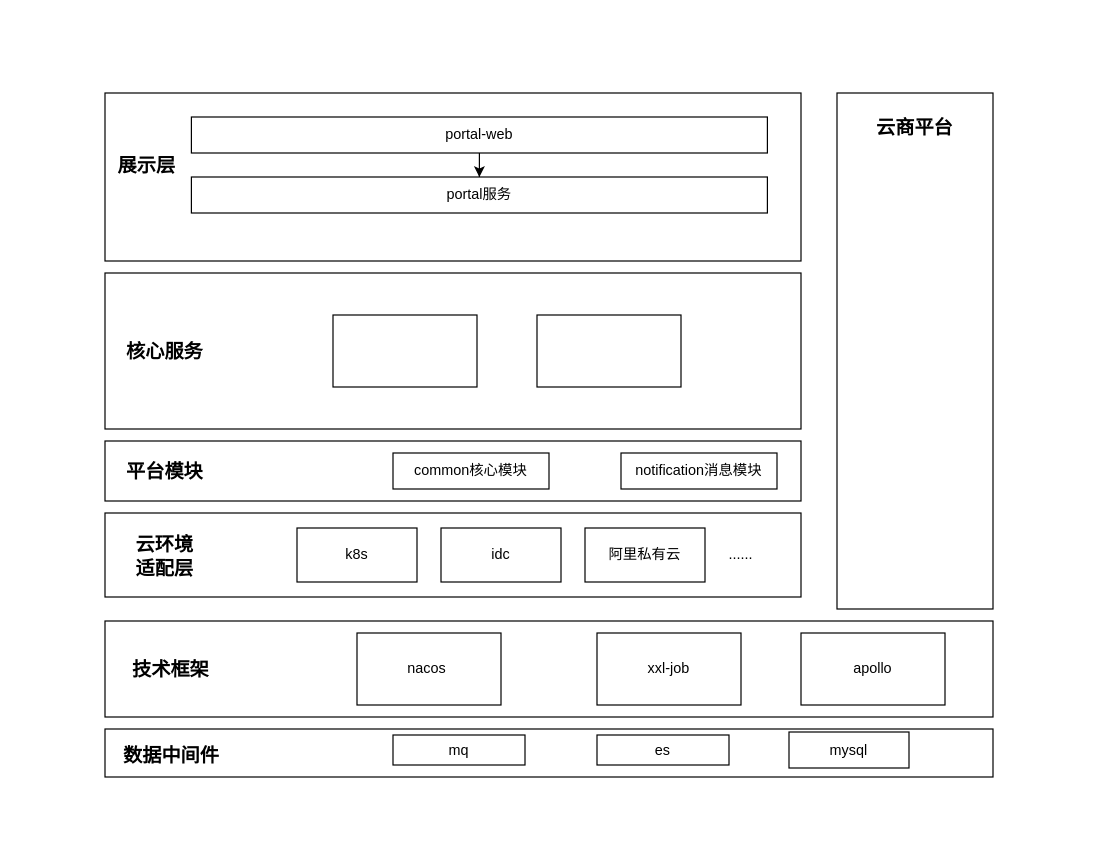
Earlier version of the draw.io diagram 未命名绘图.drawio (scrollsyou/doc). Source tidied: cells renumbered, new cells numbered last; positions are measured from the earlier drawing's top-left corner, leaving out a move shared by most shapes. Both pictures are drawn from the tidied source at 120%, with x=0, y=0 at pixel (104, 92). Pictures stored in the file or linked from it are replaced by grey dashed boxes.
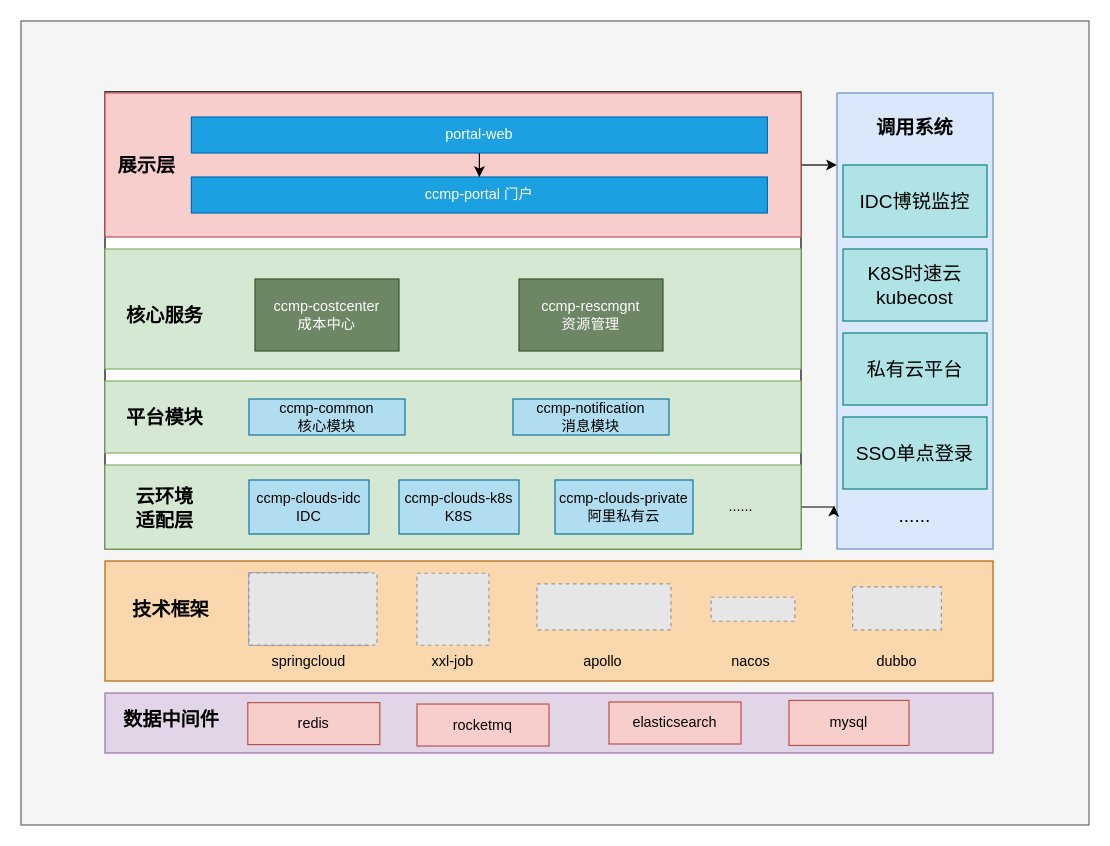
Above is the later version.

Commit message:
更新未命名绘图.drawio

What changed in the source:
```diff
@@
+    <mxCell id="33" style="rounded=0;whiteSpace=wrap;html=1;fontSize=16;fillColor=#f5f5f5;fontColor=#333333;strokeColor=#666666;" parent="1" vertex="1">
+      <mxGeometry x="-70" y="-60" width="890" height="670" as="geometry" />
+    </mxCell>
+    <mxCell id="34" style="rounded=0;whiteSpace=wrap;html=1;fontSize=16;" parent="1" vertex="1">
+      <mxGeometry y="-1" width="580" height="381" as="geometry" />
+    </mxCell>
+    <mxCell id="35" style="edgeStyle=orthogonalEdgeStyle;rounded=0;jettySize=auto;html=1;exitX=1;exitY=0.5;exitDx=0;exitDy=0;entryX=0;entryY=0.159;entryDx=0;entryDy=0;entryPerimeter=0;fontSize=16;" parent="1" edge="1" source="2" target="5">
+      <mxGeometry relative="1" as="geometry" />
+    </mxCell>
-    <mxCell id="2" style="rounded=0;whiteSpace=wrap;html=1;" parent="1" vertex="1">
-      <mxGeometry width="580" height="140" as="geometry" />
+    <mxCell id="2" style="rounded=0;whiteSpace=wrap;html=1;fillColor=#f8cecc;strokeColor=#b85450;" parent="1" vertex="1">
+      <mxGeometry width="580" height="120" as="geometry" />
     </mxCell>
-    <mxCell id="3" style="rounded=0;whiteSpace=wrap;html=1;" parent="1" vertex="1">
-      <mxGeometry y="150" width="580" height="130" as="geometry" />
+    <mxCell id="3" style="rounded=0;whiteSpace=wrap;html=1;fillColor=#d5e8d4;strokeColor=#82b366;" parent="1" vertex="1">
+      <mxGeometry y="130" width="580" height="100" as="geometry" />
     </mxCell>
-    <mxCell id="4" style="rounded=0;whiteSpace=wrap;html=1;" parent="1" vertex="1">
-      <mxGeometry y="290" width="580" height="50" as="geometry" />
+    <mxCell id="4" style="rounded=0;whiteSpace=wrap;html=1;fillColor=#d5e8d4;strokeColor=#82b366;" parent="1" vertex="1">
+      <mxGeometry y="240" width="580" height="60" as="geometry" />
     </mxCell>
-    <mxCell id="5" style="rounded=0;whiteSpace=wrap;html=1;" parent="1" vertex="1">
-      <mxGeometry x="610" width="130" height="430" as="geometry" />
+    <mxCell id="5" style="rounded=0;whiteSpace=wrap;html=1;fillColor=#dae8fc;strokeColor=#6c8ebf;" parent="1" vertex="1">
+      <mxGeometry x="610" width="130" height="380" as="geometry" />
     </mxCell>
-    <mxCell id="6" style="rounded=0;whiteSpace=wrap;html=1;" parent="1" vertex="1">
-      <mxGeometry y="440" width="740" height="80" as="geometry" />
+    <mxCell id="6" style="rounded=0;whiteSpace=wrap;html=1;fillColor=#fad7ac;strokeColor=#b46504;" parent="1" vertex="1">
+      <mxGeometry y="390" width="740" height="100" as="geometry" />
     </mxCell>
@@
-    <mxCell id="9" value="portal-web" style="rounded=0;whiteSpace=wrap;html=1;" parent="1" vertex="1">
+    <mxCell id="9" value="portal-web" style="rounded=0;whiteSpace=wrap;html=1;fillColor=#1ba1e2;fontColor=#ffffff;strokeColor=#006EAF;" parent="1" vertex="1">
       <mxGeometry x="72" y="20" width="480" height="30" as="geometry" />
     </mxCell>
-    <mxCell id="10" value="portal服务" style="rounded=0;whiteSpace=wrap;html=1;" parent="1" vertex="1">
+    <mxCell id="10" value="ccmp-portal 门户" style="rounded=0;whiteSpace=wrap;html=1;fillColor=#1ba1e2;fontColor=#ffffff;strokeColor=#006EAF;" parent="1" vertex="1">
       <mxGeometry x="72" y="70" width="480" height="30" as="geometry" />
     </mxCell>
-    <mxCell id="11" value="common核心模块" style="rounded=0;whiteSpace=wrap;html=1;" parent="1" vertex="1">
-      <mxGeometry x="240" y="300" width="130" height="30" as="geometry" />
+    <mxCell id="11" value="ccmp-common&lt;br&gt;核心模块" style="rounded=0;whiteSpace=wrap;html=1;fillColor=#b1ddf0;strokeColor=#10739e;" parent="1" vertex="1">
+      <mxGeometry x="120" y="255" width="130" height="30" as="geometry" />
     </mxCell>
-    <mxCell id="12" value="notification消息模块" style="rounded=0;whiteSpace=wrap;html=1;" parent="1" vertex="1">
-      <mxGeometry x="430" y="300" width="130" height="30" as="geometry" />
+    <mxCell id="12" value="ccmp-notification&lt;br&gt;消息模块" style="rounded=0;whiteSpace=wrap;html=1;fillColor=#b1ddf0;strokeColor=#10739e;" parent="1" vertex="1">
+      <mxGeometry x="340" y="255" width="130" height="30" as="geometry" />
     </mxCell>
-    <mxCell id="13" value="nacos&amp;nbsp;" style="rounded=0;whiteSpace=wrap;html=1;" parent="1" vertex="1">
-      <mxGeometry x="210" y="450" width="120" height="60" as="geometry" />
-    </mxCell>
-    <mxCell id="14" value="apollo" style="rounded=0;whiteSpace=wrap;html=1;" parent="1" vertex="1">
-      <mxGeometry x="580" y="450" width="120" height="60" as="geometry" />
+    <mxCell id="14" value="apollo" style="rounded=0;whiteSpace=wrap;html=1;labelPosition=center;verticalLabelPosition=bottom;align=center;verticalAlign=top;strokeColor=none;fillColor=#fad7ac;" parent="1" vertex="1">
+      <mxGeometry x="360" y="400" width="110" height="60" as="geometry" />
     </mxCell>
-    <mxCell id="15" value="xxl-job" style="rounded=0;whiteSpace=wrap;html=1;" parent="1" vertex="1">
-      <mxGeometry x="410" y="450" width="120" height="60" as="geometry" />
+    <mxCell id="15" value="xxl-job" style="rounded=0;whiteSpace=wrap;html=1;fillColor=#fad7ac;strokeColor=none;labelPosition=center;verticalLabelPosition=bottom;align=center;verticalAlign=top;" parent="1" vertex="1">
+      <mxGeometry x="240" y="400" width="100" height="60" as="geometry" />
     </mxCell>
-    <mxCell id="16" style="rounded=0;whiteSpace=wrap;html=1;" parent="1" vertex="1">
-      <mxGeometry y="530" width="740" height="40" as="geometry" />
+    <mxCell id="16" style="rounded=0;whiteSpace=wrap;html=1;fillColor=#e1d5e7;strokeColor=#9673a6;" parent="1" vertex="1">
+      <mxGeometry y="500" width="740" height="50" as="geometry" />
     </mxCell>
-    <mxCell id="17" value="mysql" style="rounded=0;whiteSpace=wrap;html=1;" parent="1" vertex="1">
-      <mxGeometry x="570" y="532.5" width="100" height="30" as="geometry" />
+    <mxCell id="17" value="mysql" style="rounded=0;whiteSpace=wrap;html=1;fillColor=#f8cecc;strokeColor=#b85450;" parent="1" vertex="1">
+      <mxGeometry x="570" y="506.2" width="100" height="37.5" as="geometry" />
     </mxCell>
-    <mxCell id="18" value="mq" style="rounded=0;whiteSpace=wrap;html=1;" parent="1" vertex="1">
-      <mxGeometry x="240" y="535" width="110" height="25" as="geometry" />
+    <mxCell id="18" value="rocketmq" style="rounded=0;whiteSpace=wrap;html=1;fillColor=#f8cecc;strokeColor=#b85450;" parent="1" vertex="1">
+      <mxGeometry x="260" y="509.2" width="110" height="35" as="geometry" />
     </mxCell>
-    <mxCell id="19" value="es" style="rounded=0;whiteSpace=wrap;html=1;" parent="1" vertex="1">
-      <mxGeometry x="410" y="535" width="110" height="25" as="geometry" />
+    <mxCell id="19" value="elasticsearch" style="rounded=0;whiteSpace=wrap;html=1;fillColor=#f8cecc;strokeColor=#b85450;" parent="1" vertex="1">
+      <mxGeometry x="420" y="507.5" width="110" height="35" as="geometry" />
     </mxCell>
+    <mxCell id="36" style="edgeStyle=orthogonalEdgeStyle;rounded=0;jettySize=auto;html=1;exitX=1;exitY=0.5;exitDx=0;exitDy=0;entryX=-0.019;entryY=0.905;entryDx=0;entryDy=0;entryPerimeter=0;fontSize=16;" parent="1" edge="1" source="20" target="5">
+      <mxGeometry relative="1" as="geometry" />
+    </mxCell>
-    <mxCell id="20" style="rounded=0;whiteSpace=wrap;html=1;" parent="1" vertex="1">
-      <mxGeometry y="350" width="580" height="70" as="geometry" />
+    <mxCell id="20" style="rounded=0;whiteSpace=wrap;html=1;fillColor=#d5e8d4;strokeColor=#82b366;" parent="1" vertex="1">
+      <mxGeometry y="310" width="580" height="70" as="geometry" />
     </mxCell>
-    <mxCell id="21" value="k8s" style="rounded=0;whiteSpace=wrap;html=1;" parent="1" vertex="1">
-      <mxGeometry x="160" y="362.5" width="100" height="45" as="geometry" />
+    <mxCell id="21" value="ccmp-clouds-idc&lt;br&gt;IDC" style="rounded=0;whiteSpace=wrap;html=1;fillColor=#b1ddf0;strokeColor=#10739e;" parent="1" vertex="1">
+      <mxGeometry x="120" y="322.5" width="100" height="45" as="geometry" />
     </mxCell>
-    <mxCell id="22" value="idc" style="rounded=0;whiteSpace=wrap;html=1;" parent="1" vertex="1">
-      <mxGeometry x="280" y="362.5" width="100" height="45" as="geometry" />
+    <mxCell id="22" value="ccmp-clouds-k8s&lt;br&gt;K8S" style="rounded=0;whiteSpace=wrap;html=1;fillColor=#b1ddf0;strokeColor=#10739e;" parent="1" vertex="1">
+      <mxGeometry x="245" y="322.5" width="100" height="45" as="geometry" />
     </mxCell>
-    <mxCell id="23" value="阿里私有云" style="rounded=0;whiteSpace=wrap;html=1;" parent="1" vertex="1">
-      <mxGeometry x="400" y="362.5" width="100" height="45" as="geometry" />
+    <mxCell id="23" value="ccmp-clouds-private&lt;br&gt;阿里私有云" style="rounded=0;whiteSpace=wrap;html=1;fillColor=#b1ddf0;strokeColor=#10739e;" parent="1" vertex="1">
+      <mxGeometry x="375" y="322.5" width="115" height="45" as="geometry" />
     </mxCell>
     <mxCell id="24" value="......" style="text;html=1;strokeColor=none;fillColor=none;align=center;verticalAlign=middle;whiteSpace=wrap;rounded=0;" parent="1" vertex="1">
-      <mxGeometry x="500" y="370" width="60" height="30" as="geometry" />
+      <mxGeometry x="500" y="330" width="60" height="30" as="geometry" />
     </mxCell>
-    <mxCell id="25" style="rounded=0;whiteSpace=wrap;html=1;" parent="1" vertex="1">
-      <mxGeometry x="190" y="185" width="120" height="60" as="geometry" />
-    </mxCell>
-    <mxCell id="26" style="rounded=0;whiteSpace=wrap;html=1;" parent="1" vertex="1">
-      <mxGeometry x="360" y="185" width="120" height="60" as="geometry" />
+    <mxCell id="26" value="ccmp-rescmgnt&lt;br&gt;资源管理" style="rounded=0;whiteSpace=wrap;html=1;fillColor=#6d8764;fontColor=#ffffff;strokeColor=#3A5431;" parent="1" vertex="1">
+      <mxGeometry x="345" y="155" width="120" height="60" as="geometry" />
     </mxCell>
     <mxCell id="27" value="核心服务" style="text;html=1;strokeColor=none;fillColor=none;align=center;verticalAlign=middle;whiteSpace=wrap;rounded=0;fontStyle=1;fontSize=16;" parent="1" vertex="1">
-      <mxGeometry x="10" y="185" width="80" height="60" as="geometry" />
+      <mxGeometry x="10" y="155" width="80" height="60" as="geometry" />
     </mxCell>
     <mxCell id="28" value="平台模块" style="text;html=1;strokeColor=none;fillColor=none;align=center;verticalAlign=middle;whiteSpace=wrap;rounded=0;fontStyle=1;fontSize=16;" parent="1" vertex="1">
-      <mxGeometry x="10" y="295" width="80" height="40" as="geometry" />
+      <mxGeometry x="10" y="250" width="80" height="40" as="geometry" />
     </mxCell>
     <mxCell id="29" value="云环境适配层" style="text;html=1;strokeColor=none;fillColor=none;align=center;verticalAlign=middle;whiteSpace=wrap;rounded=0;fontStyle=1;fontSize=16;" parent="1" vertex="1">
-      <mxGeometry x="20" y="365" width="60" height="42.5" as="geometry" />
+      <mxGeometry x="20" y="325" width="60" height="42.5" as="geometry" />
     </mxCell>
     <mxCell id="30" value="技术框架" style="text;html=1;strokeColor=none;fillColor=none;align=center;verticalAlign=middle;whiteSpace=wrap;rounded=0;fontStyle=1;fontSize=16;" parent="1" vertex="1">
-      <mxGeometry x="20" y="459" width="70" height="42.5" as="geometry" />
+      <mxGeometry x="20" y="409" width="70" height="42.5" as="geometry" />
     </mxCell>
     <mxCell id="31" value="数据中间件" style="text;html=1;strokeColor=none;fillColor=none;align=center;verticalAlign=middle;whiteSpace=wrap;rounded=0;fontStyle=1;fontSize=16;" parent="1" vertex="1">
-      <mxGeometry x="12.5" y="532.5" width="85" height="38.1" as="geometry" />
+      <mxGeometry x="12.5" y="502.5" width="85" height="38.1" as="geometry" />
     </mxCell>
-    <mxCell id="32" value="云商平台" style="text;html=1;strokeColor=none;fillColor=none;align=center;verticalAlign=middle;whiteSpace=wrap;rounded=0;fontStyle=1;fontSize=16;" parent="1" vertex="1">
+    <mxCell id="32" value="调用系统" style="text;html=1;strokeColor=none;fillColor=none;align=center;verticalAlign=middle;whiteSpace=wrap;rounded=0;fontStyle=1;fontSize=16;" parent="1" vertex="1">
       <mxGeometry x="640" y="7.5" width="70" height="42.5" as="geometry" />
     </mxCell>
+    <mxCell id="37" value="ccmp-costcenter&lt;br&gt;成本中心" style="rounded=0;whiteSpace=wrap;html=1;fillColor=#6d8764;fontColor=#ffffff;strokeColor=#3A5431;" parent="1" vertex="1">
+      <mxGeometry x="125" y="155" width="120" height="60" as="geometry" />
+    </mxCell>
+    <mxCell id="13" value="nacos&amp;nbsp;" style="rounded=0;whiteSpace=wrap;html=1;fillColor=#fad7ac;strokeColor=none;labelPosition=center;verticalLabelPosition=bottom;align=center;verticalAlign=top;" parent="1" vertex="1">
+      <mxGeometry x="490" y="400" width="100" height="60" as="geometry" />
+    </mxCell>
+    <mxCell id="38" value="dubbo" style="rounded=0;whiteSpace=wrap;html=1;fillColor=#fad7ac;strokeColor=none;labelPosition=center;verticalLabelPosition=bottom;align=center;verticalAlign=top;" parent="1" vertex="1">
+      <mxGeometry x="610" y="400" width="100" height="60" as="geometry" />
+    </mxCell>
+    <mxCell id="39" value="redis" style="rounded=0;whiteSpace=wrap;html=1;fillColor=#f8cecc;strokeColor=#b85450;" parent="1" vertex="1">
+      <mxGeometry x="119" y="508" width="110" height="35" as="geometry" />
+    </mxCell>
+    <mxCell id="40" value="IDC博锐监控" style="rounded=0;whiteSpace=wrap;html=1;fontSize=16;fillColor=#b0e3e6;strokeColor=#0e8088;" parent="1" vertex="1">
+      <mxGeometry x="615" y="60" width="120" height="60" as="geometry" />
+    </mxCell>
+    <mxCell id="41" value="K8S时速云&lt;br&gt;kubecost" style="rounded=0;whiteSpace=wrap;html=1;fontSize=16;fillColor=#b0e3e6;strokeColor=#0e8088;" parent="1" vertex="1">
+      <mxGeometry x="615" y="130" width="120" height="60" as="geometry" />
+    </mxCell>
+    <mxCell id="42" value="私有云平台" style="rounded=0;whiteSpace=wrap;html=1;fontSize=16;fillColor=#b0e3e6;strokeColor=#0e8088;" parent="1" vertex="1">
+      <mxGeometry x="615" y="200" width="120" height="60" as="geometry" />
+    </mxCell>
+    <mxCell id="43" value="SSO单点登录" style="rounded=0;whiteSpace=wrap;html=1;fontSize=16;fillColor=#b0e3e6;strokeColor=#0e8088;" parent="1" vertex="1">
+      <mxGeometry x="615" y="270" width="120" height="60" as="geometry" />
+    </mxCell>
+    <mxCell id="44" value="......" style="text;html=1;strokeColor=none;fillColor=none;align=center;verticalAlign=middle;whiteSpace=wrap;rounded=0;fontSize=16;" parent="1" vertex="1">
+      <mxGeometry x="670" y="335.5" width="10" height="32" as="geometry" />
+    </mxCell>
+    <mxCell id="45" value="springcloud" style="rounded=0;whiteSpace=wrap;html=1;fillColor=#dae8fc;strokeColor=#6c8ebf;labelPosition=center;verticalLabelPosition=bottom;align=center;verticalAlign=top;" parent="1" vertex="1">
+      <mxGeometry x="120" y="400" width="100" height="60" as="geometry" />
+    </mxCell>
+    <mxCell id="46" style="fillColor=#E6E6E6;strokeColor=#999999;dashed=1;verticalLabelPosition=bottom;labelBackgroundColor=default;verticalAlign=top;" parent="1" vertex="1">
+      <mxGeometry x="120" y="400" width="106.7" height="60" as="geometry" />
+    </mxCell>
+    <mxCell id="47" style="fillColor=#E6E6E6;strokeColor=#999999;dashed=1;verticalLabelPosition=bottom;labelBackgroundColor=default;verticalAlign=top;" parent="1" vertex="1">
+      <mxGeometry x="505.1" y="420.2" width="69.8" height="20" as="geometry" />
+    </mxCell>
+    <mxCell id="48" style="fillColor=#E6E6E6;strokeColor=#999999;dashed=1;verticalLabelPosition=bottom;labelBackgroundColor=default;verticalAlign=top;" parent="1" vertex="1">
+      <mxGeometry x="623" y="411.6" width="74" height="35.8" as="geometry" />
+    </mxCell>
+    <mxCell id="49" style="fillColor=#E6E6E6;strokeColor=#999999;dashed=1;verticalLabelPosition=bottom;labelBackgroundColor=default;verticalAlign=top;" parent="1" vertex="1">
+      <mxGeometry x="360" y="409" width="111.6" height="38.4" as="geometry" />
+    </mxCell>
+    <mxCell id="50" style="fillColor=#E6E6E6;strokeColor=#999999;dashed=1;verticalLabelPosition=bottom;labelBackgroundColor=default;verticalAlign=top;" parent="1" vertex="1">
+      <mxGeometry x="260" y="400.2" width="60" height="60" as="geometry" />
+    </mxCell>
```
